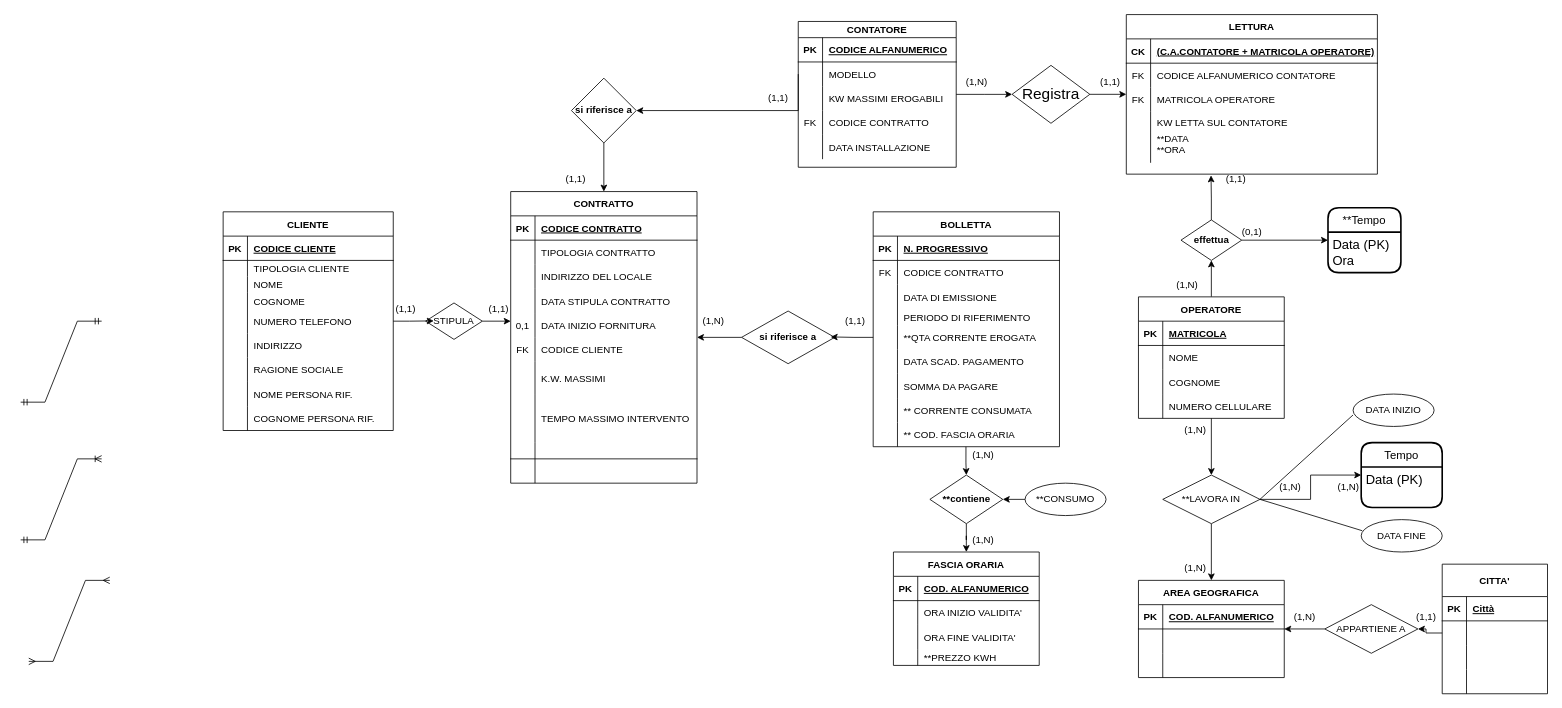
This is ER Diagram minimal.drawio from chaitanya0498/DE, a draw.io file, before an edit. Source tidied: cells renumbered, new cells numbered last; positions are measured from the earlier drawing's top-left corner, leaving out a move shared by most shapes. Both pictures are drawn from the tidied source at 81%, with x=0, y=0 at pixel (20, 15).
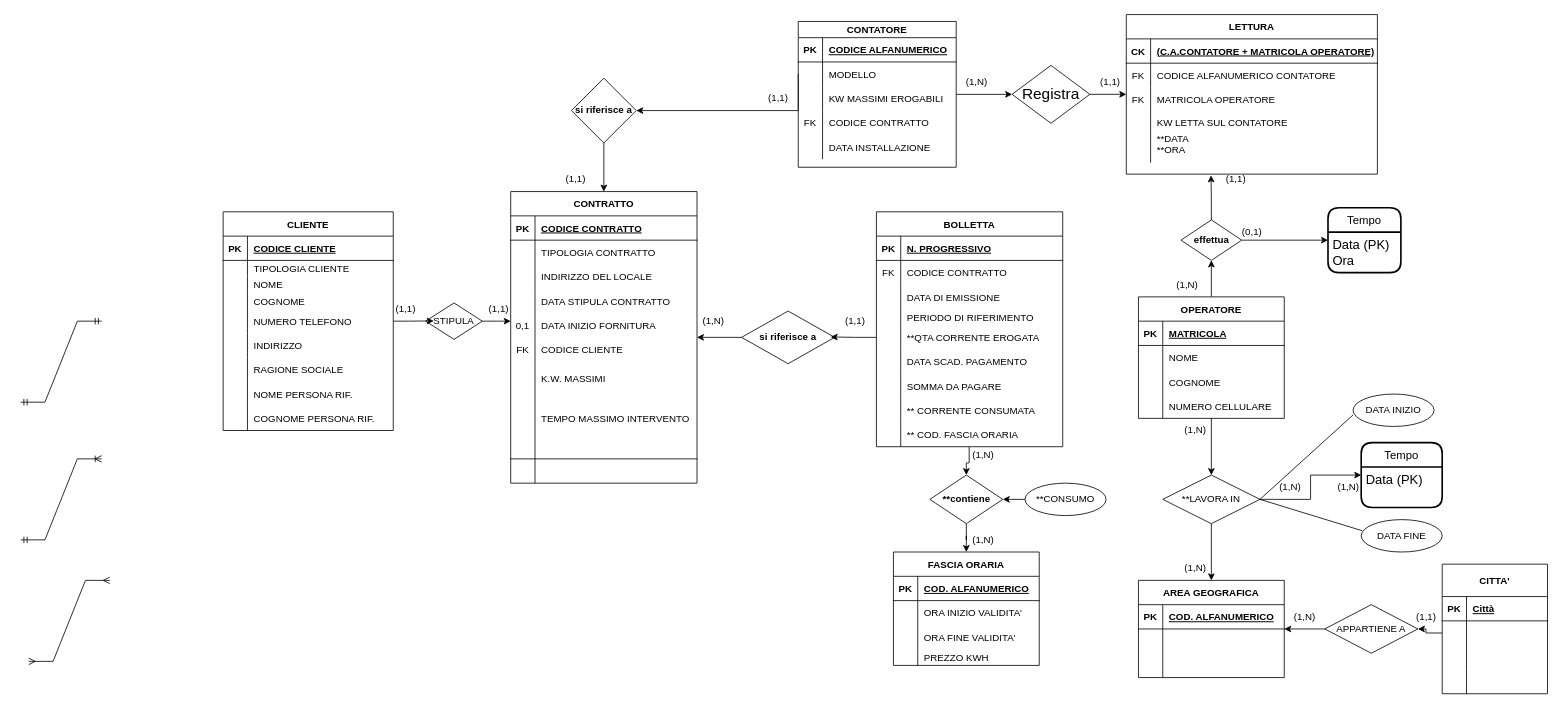
The same page after the edit.

Unchanged cells that the change refers to:
```xml
<mxCell id="102" style="shape=tableRow;horizontal=0;startSize=0;swimlaneHead=0;swimlaneBody=0;fillColor=none;top=0;left=0;right=0;bottom=0;" parent="92" vertex="1">
  <mxGeometry y="120" width="180" height="20" as="geometry" />
</mxCell>
```

The edit, as a diff of the source:
```diff
@@
     <mxCell id="64" value="BOLLETTA" style="shape=table;startSize=30;childLayout=tableLayout;rowLines=0;fontStyle=1;align=center;" parent="1" vertex="1">
-      <mxGeometry x="1052.5" y="243" width="230" height="290" as="geometry" />
+      <mxGeometry x="1056.5" y="243" width="230" height="290" as="geometry" />
     </mxCell>
@@
-    <mxCell id="104" value="**PREZZO KWH" style="shape=partialRectangle;fillColor=none;top=0;left=0;bottom=0;right=0;align=left;spacingLeft=6;overflow=hidden;" parent="102" vertex="1">
+    <mxCell id="104" value="PREZZO KWH" style="shape=partialRectangle;fillColor=none;top=0;left=0;bottom=0;right=0;align=left;spacingLeft=6;overflow=hidden;" parent="102" vertex="1">
       <mxGeometry x="30" width="150" height="20" as="geometry" />
     </mxCell>
@@
-    <mxCell id="206" value="**Tempo" style="swimlane;horizontal=1;startSize=30;rounded=1;fontSize=14;fontStyle=0;strokeWidth=2;shadow=0;dashed=0;align=center;" parent="1" vertex="1">
+    <mxCell id="206" value="Tempo" style="swimlane;horizontal=1;startSize=30;rounded=1;fontSize=14;fontStyle=0;strokeWidth=2;shadow=0;dashed=0;align=center;" parent="1" vertex="1">
       <mxGeometry x="1614" y="238" width="90" height="80" as="geometry" />
     </mxCell>
```
